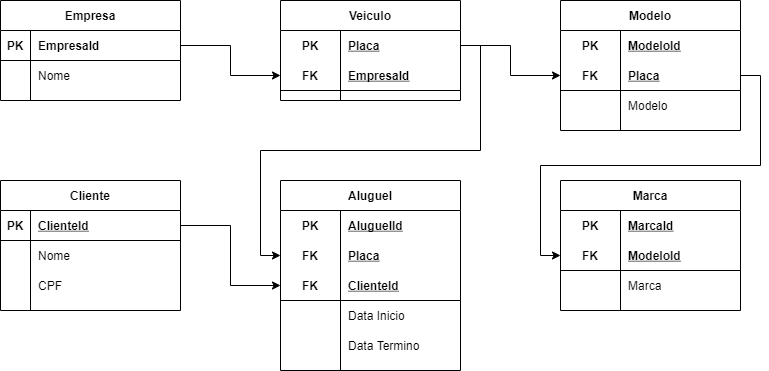
This is Exercicios/1.2-exercicio-locadora/Logico.png from LucasSimionatoOficial/Senai_2S_Sprint1_bd, a draw.io export, as it was before one commit. Source tidied: cells renumbered, new cells last; positions are measured from the earlier drawing's top-left corner, leaving out a move shared by most shapes. Its diagram source:
```xml
<mxGraphModel>
  <root>
    <mxCell id="0" />
    <mxCell id="1" parent="0" />
    <mxCell id="2" value="Empresa" style="shape=table;startSize=30;rowLines=0;fontStyle=1;align=center;" parent="1" vertex="1">
      <mxGeometry width="180" height="100" as="geometry" />
    </mxCell>
    <mxCell id="3" style="shape=partialRectangle;fillColor=none;top=0;left=0;bottom=1;right=0;points=[[0,0.5],[1,0.5]];portConstraint=eastwest;" parent="2" vertex="1">
      <mxGeometry y="30" width="180" height="30" as="geometry" />
    </mxCell>
    <mxCell id="4" value="PK" style="shape=partialRectangle;fillColor=none;top=0;left=0;bottom=0;right=0;fontStyle=1;overflow=hidden;" parent="3" vertex="1">
      <mxGeometry width="30" height="30" as="geometry" />
    </mxCell>
    <mxCell id="5" value="EmpresaId" style="shape=partialRectangle;fillColor=none;top=0;left=0;bottom=0;right=0;align=left;spacingLeft=6;fontStyle=1;overflow=hidden;" parent="3" vertex="1">
      <mxGeometry x="30" width="150" height="30" as="geometry" />
    </mxCell>
    <mxCell id="6" style="shape=partialRectangle;fillColor=none;top=0;left=0;bottom=0;right=0;" parent="2" vertex="1">
      <mxGeometry y="60" width="180" height="30" as="geometry" />
    </mxCell>
    <mxCell id="7" style="shape=partialRectangle;fillColor=none;top=0;left=0;bottom=0;right=0;overflow=hidden;" parent="6" vertex="1">
      <mxGeometry width="30" height="30" as="geometry" />
    </mxCell>
    <mxCell id="8" value="Nome" style="shape=partialRectangle;fillColor=none;top=0;left=0;bottom=0;right=0;align=left;spacingLeft=6;overflow=hidden;" parent="6" vertex="1">
      <mxGeometry x="30" width="150" height="30" as="geometry" />
    </mxCell>
    <mxCell id="9" value="Veiculo" style="shape=table;startSize=30;rowLines=0;fontStyle=1;align=center;" parent="1" vertex="1">
      <mxGeometry x="280" width="180" height="100" as="geometry" />
    </mxCell>
    <mxCell id="10" style="shape=partialRectangle;fillColor=none;top=0;left=0;bottom=0;right=0;points=[[0,0.5],[1,0.5]];portConstraint=eastwest;" parent="9" vertex="1">
      <mxGeometry y="30" width="180" height="30" as="geometry" />
    </mxCell>
    <mxCell id="11" value="PK" style="shape=partialRectangle;fillColor=none;top=0;left=0;bottom=0;right=0;fontStyle=1;overflow=hidden;" parent="10" vertex="1">
      <mxGeometry width="60" height="30" as="geometry" />
    </mxCell>
    <mxCell id="12" value="Placa" style="shape=partialRectangle;fillColor=none;top=0;left=0;bottom=0;right=0;align=left;spacingLeft=6;fontStyle=5;overflow=hidden;" parent="10" vertex="1">
      <mxGeometry x="60" width="120" height="30" as="geometry" />
    </mxCell>
    <mxCell id="13" style="shape=partialRectangle;fillColor=none;top=0;left=0;bottom=1;right=0;points=[[0,0.5],[1,0.5]];portConstraint=eastwest;" parent="9" vertex="1">
      <mxGeometry y="60" width="180" height="30" as="geometry" />
    </mxCell>
    <mxCell id="14" value="FK" style="shape=partialRectangle;fillColor=none;top=0;left=0;bottom=0;right=0;fontStyle=1;overflow=hidden;" parent="13" vertex="1">
      <mxGeometry width="60" height="30" as="geometry" />
    </mxCell>
    <mxCell id="15" value="EmpresaId" style="shape=partialRectangle;fillColor=none;top=0;left=0;bottom=0;right=0;align=left;spacingLeft=6;fontStyle=5;overflow=hidden;" parent="13" vertex="1">
      <mxGeometry x="60" width="120" height="30" as="geometry" />
    </mxCell>
    <mxCell id="16" style="edgeStyle=orthogonalEdgeStyle;rounded=0;jettySize=auto;html=1;exitX=1;exitY=0.5;exitDx=0;exitDy=0;entryX=0;entryY=0.5;entryDx=0;entryDy=0;endArrow=classic;endFill=1;" parent="1" edge="1" source="3" target="13">
      <mxGeometry relative="1" as="geometry" />
    </mxCell>
    <mxCell id="17" value="Modelo" style="shape=table;startSize=30;rowLines=0;fontStyle=1;align=center;" parent="1" vertex="1">
      <mxGeometry x="560" width="180" height="130" as="geometry" />
    </mxCell>
    <mxCell id="18" style="shape=partialRectangle;fillColor=none;top=0;left=0;bottom=0;right=0;points=[[0,0.5],[1,0.5]];portConstraint=eastwest;" parent="17" vertex="1">
      <mxGeometry y="30" width="180" height="30" as="geometry" />
    </mxCell>
    <mxCell id="19" value="PK" style="shape=partialRectangle;fillColor=none;top=0;left=0;bottom=0;right=0;fontStyle=1;overflow=hidden;" parent="18" vertex="1">
      <mxGeometry width="60" height="30" as="geometry" />
    </mxCell>
    <mxCell id="20" value="ModeloId" style="shape=partialRectangle;fillColor=none;top=0;left=0;bottom=0;right=0;align=left;spacingLeft=6;fontStyle=5;overflow=hidden;" parent="18" vertex="1">
      <mxGeometry x="60" width="120" height="30" as="geometry" />
    </mxCell>
    <mxCell id="21" style="shape=partialRectangle;fillColor=none;top=0;left=0;bottom=1;right=0;points=[[0,0.5],[1,0.5]];portConstraint=eastwest;" parent="17" vertex="1">
      <mxGeometry y="60" width="180" height="30" as="geometry" />
    </mxCell>
    <mxCell id="22" value="FK" style="shape=partialRectangle;fillColor=none;top=0;left=0;bottom=0;right=0;fontStyle=1;overflow=hidden;" parent="21" vertex="1">
      <mxGeometry width="60" height="30" as="geometry" />
    </mxCell>
    <mxCell id="23" value="Placa" style="shape=partialRectangle;fillColor=none;top=0;left=0;bottom=0;right=0;align=left;spacingLeft=6;fontStyle=5;overflow=hidden;" parent="21" vertex="1">
      <mxGeometry x="60" width="120" height="30" as="geometry" />
    </mxCell>
    <mxCell id="24" style="shape=partialRectangle;fillColor=none;top=0;left=0;bottom=0;right=0;" parent="17" vertex="1">
      <mxGeometry y="90" width="180" height="30" as="geometry" />
    </mxCell>
    <mxCell id="25" style="shape=partialRectangle;fillColor=none;top=0;left=0;bottom=0;right=0;overflow=hidden;" parent="24" vertex="1">
      <mxGeometry width="60" height="30" as="geometry" />
    </mxCell>
    <mxCell id="26" value="Modelo" style="shape=partialRectangle;fillColor=none;top=0;left=0;bottom=0;right=0;align=left;spacingLeft=6;overflow=hidden;" parent="24" vertex="1">
      <mxGeometry x="60" width="120" height="30" as="geometry" />
    </mxCell>
    <mxCell id="27" style="edgeStyle=orthogonalEdgeStyle;rounded=0;jettySize=auto;html=1;exitX=1;exitY=0.5;exitDx=0;exitDy=0;endArrow=classic;endFill=1;" parent="1" edge="1" source="10" target="21">
      <mxGeometry relative="1" as="geometry" />
    </mxCell>
    <mxCell id="28" value="Marca" style="shape=table;startSize=30;rowLines=0;fontStyle=1;align=center;" parent="1" vertex="1">
      <mxGeometry x="560" y="180" width="180" height="130" as="geometry" />
    </mxCell>
    <mxCell id="29" style="shape=partialRectangle;fillColor=none;top=0;left=0;bottom=0;right=0;" parent="28" vertex="1">
      <mxGeometry y="30" width="180" height="30" as="geometry" />
    </mxCell>
    <mxCell id="30" value="PK" style="shape=partialRectangle;fillColor=none;top=0;left=0;bottom=0;right=0;fontStyle=1;overflow=hidden;" parent="29" vertex="1">
      <mxGeometry width="60" height="30" as="geometry" />
    </mxCell>
    <mxCell id="31" value="MarcaId" style="shape=partialRectangle;fillColor=none;top=0;left=0;bottom=0;right=0;align=left;spacingLeft=6;fontStyle=5;overflow=hidden;" parent="29" vertex="1">
      <mxGeometry x="60" width="120" height="30" as="geometry" />
    </mxCell>
    <mxCell id="32" style="shape=partialRectangle;fillColor=none;top=0;left=0;bottom=1;right=0;points=[[0,0.5],[1,0.5]];portConstraint=eastwest;" parent="28" vertex="1">
      <mxGeometry y="60" width="180" height="30" as="geometry" />
    </mxCell>
    <mxCell id="33" value="FK" style="shape=partialRectangle;fillColor=none;top=0;left=0;bottom=0;right=0;fontStyle=1;overflow=hidden;" parent="32" vertex="1">
      <mxGeometry width="60" height="30" as="geometry" />
    </mxCell>
    <mxCell id="34" value="ModeloId" style="shape=partialRectangle;fillColor=none;top=0;left=0;bottom=0;right=0;align=left;spacingLeft=6;fontStyle=5;overflow=hidden;" parent="32" vertex="1">
      <mxGeometry x="60" width="120" height="30" as="geometry" />
    </mxCell>
    <mxCell id="35" style="shape=partialRectangle;fillColor=none;top=0;left=0;bottom=0;right=0;" parent="28" vertex="1">
      <mxGeometry y="90" width="180" height="30" as="geometry" />
    </mxCell>
    <mxCell id="36" style="shape=partialRectangle;fillColor=none;top=0;left=0;bottom=0;right=0;overflow=hidden;" parent="35" vertex="1">
      <mxGeometry width="60" height="30" as="geometry" />
    </mxCell>
    <mxCell id="37" value="Marca" style="shape=partialRectangle;fillColor=none;top=0;left=0;bottom=0;right=0;align=left;spacingLeft=6;overflow=hidden;" parent="35" vertex="1">
      <mxGeometry x="60" width="120" height="30" as="geometry" />
    </mxCell>
    <mxCell id="38" style="edgeStyle=orthogonalEdgeStyle;rounded=0;jettySize=auto;html=1;exitX=1;exitY=0.5;exitDx=0;exitDy=0;entryX=0;entryY=0.5;entryDx=0;entryDy=0;endArrow=classic;endFill=1;" parent="1" edge="1" source="21" target="32">
      <mxGeometry relative="1" as="geometry" />
    </mxCell>
    <mxCell id="39" value="Cliente" style="shape=table;startSize=30;rowLines=0;fontStyle=1;align=center;" parent="1" vertex="1">
      <mxGeometry y="180" width="180" height="130" as="geometry" />
    </mxCell>
    <mxCell id="40" style="shape=partialRectangle;fillColor=none;top=0;left=0;bottom=1;right=0;points=[[0,0.5],[1,0.5]];portConstraint=eastwest;" parent="39" vertex="1">
      <mxGeometry y="30" width="180" height="30" as="geometry" />
    </mxCell>
    <mxCell id="41" value="PK" style="shape=partialRectangle;fillColor=none;top=0;left=0;bottom=0;right=0;fontStyle=1;overflow=hidden;" parent="40" vertex="1">
      <mxGeometry width="30" height="30" as="geometry" />
    </mxCell>
    <mxCell id="42" value="ClienteId" style="shape=partialRectangle;fillColor=none;top=0;left=0;bottom=0;right=0;align=left;spacingLeft=6;fontStyle=5;overflow=hidden;" parent="40" vertex="1">
      <mxGeometry x="30" width="150" height="30" as="geometry" />
    </mxCell>
    <mxCell id="43" style="shape=partialRectangle;fillColor=none;top=0;left=0;bottom=0;right=0;" parent="39" vertex="1">
      <mxGeometry y="60" width="180" height="30" as="geometry" />
    </mxCell>
    <mxCell id="44" style="shape=partialRectangle;fillColor=none;top=0;left=0;bottom=0;right=0;overflow=hidden;" parent="43" vertex="1">
      <mxGeometry width="30" height="30" as="geometry" />
    </mxCell>
    <mxCell id="45" value="Nome" style="shape=partialRectangle;fillColor=none;top=0;left=0;bottom=0;right=0;align=left;spacingLeft=6;overflow=hidden;" parent="43" vertex="1">
      <mxGeometry x="30" width="150" height="30" as="geometry" />
    </mxCell>
    <mxCell id="46" style="shape=partialRectangle;fillColor=none;top=0;left=0;bottom=0;right=0;" parent="39" vertex="1">
      <mxGeometry y="90" width="180" height="30" as="geometry" />
    </mxCell>
    <mxCell id="47" style="shape=partialRectangle;fillColor=none;top=0;left=0;bottom=0;right=0;overflow=hidden;" parent="46" vertex="1">
      <mxGeometry width="30" height="30" as="geometry" />
    </mxCell>
    <mxCell id="48" value="CPF" style="shape=partialRectangle;fillColor=none;top=0;left=0;bottom=0;right=0;align=left;spacingLeft=6;overflow=hidden;" parent="46" vertex="1">
      <mxGeometry x="30" width="150" height="30" as="geometry" />
    </mxCell>
    <mxCell id="49" value="Aluguel" style="shape=table;startSize=30;rowLines=0;fontStyle=1;align=center;" parent="1" vertex="1">
      <mxGeometry x="280" y="180" width="180" height="190" as="geometry" />
    </mxCell>
    <mxCell id="50" style="shape=partialRectangle;fillColor=none;top=0;left=0;bottom=0;right=0;" parent="49" vertex="1">
      <mxGeometry y="30" width="180" height="30" as="geometry" />
    </mxCell>
    <mxCell id="51" value="PK" style="shape=partialRectangle;fillColor=none;top=0;left=0;bottom=0;right=0;fontStyle=1;overflow=hidden;" parent="50" vertex="1">
      <mxGeometry width="60" height="30" as="geometry" />
    </mxCell>
    <mxCell id="52" value="AluguelId" style="shape=partialRectangle;fillColor=none;top=0;left=0;bottom=0;right=0;align=left;spacingLeft=6;fontStyle=5;overflow=hidden;" parent="50" vertex="1">
      <mxGeometry x="60" width="120" height="30" as="geometry" />
    </mxCell>
    <mxCell id="53" style="shape=partialRectangle;fillColor=none;top=0;left=0;bottom=0;right=0;points=[[0,0.5],[1,0.5]];portConstraint=eastwest;" parent="49" vertex="1">
      <mxGeometry y="60" width="180" height="30" as="geometry" />
    </mxCell>
    <mxCell id="54" value="FK" style="shape=partialRectangle;fillColor=none;top=0;left=0;bottom=0;right=0;fontStyle=1;overflow=hidden;" parent="53" vertex="1">
      <mxGeometry width="60" height="30" as="geometry" />
    </mxCell>
    <mxCell id="55" value="Placa" style="shape=partialRectangle;fillColor=none;top=0;left=0;bottom=0;right=0;align=left;spacingLeft=6;fontStyle=5;overflow=hidden;" parent="53" vertex="1">
      <mxGeometry x="60" width="120" height="30" as="geometry" />
    </mxCell>
    <mxCell id="56" style="shape=partialRectangle;fillColor=none;top=0;left=0;bottom=1;right=0;points=[[0,0.5],[1,0.5]];portConstraint=eastwest;" parent="49" vertex="1">
      <mxGeometry y="90" width="180" height="30" as="geometry" />
    </mxCell>
    <mxCell id="57" value="FK" style="shape=partialRectangle;fillColor=none;top=0;left=0;bottom=0;right=0;fontStyle=1;overflow=hidden;" parent="56" vertex="1">
      <mxGeometry width="60" height="30" as="geometry" />
    </mxCell>
    <mxCell id="58" value="ClienteId" style="shape=partialRectangle;fillColor=none;top=0;left=0;bottom=0;right=0;align=left;spacingLeft=6;fontStyle=5;overflow=hidden;" parent="56" vertex="1">
      <mxGeometry x="60" width="120" height="30" as="geometry" />
    </mxCell>
    <mxCell id="59" style="shape=partialRectangle;fillColor=none;top=0;left=0;bottom=0;right=0;" parent="49" vertex="1">
      <mxGeometry y="120" width="180" height="30" as="geometry" />
    </mxCell>
    <mxCell id="60" style="shape=partialRectangle;fillColor=none;top=0;left=0;bottom=0;right=0;overflow=hidden;" parent="59" vertex="1">
      <mxGeometry width="60" height="30" as="geometry" />
    </mxCell>
    <mxCell id="61" value="Data Inicio" style="shape=partialRectangle;fillColor=none;top=0;left=0;bottom=0;right=0;align=left;spacingLeft=6;overflow=hidden;" parent="59" vertex="1">
      <mxGeometry x="60" width="120" height="30" as="geometry" />
    </mxCell>
    <mxCell id="62" style="shape=partialRectangle;fillColor=none;top=0;left=0;bottom=0;right=0;" parent="49" vertex="1">
      <mxGeometry y="150" width="180" height="30" as="geometry" />
    </mxCell>
    <mxCell id="63" style="shape=partialRectangle;fillColor=none;top=0;left=0;bottom=0;right=0;overflow=hidden;" parent="62" vertex="1">
      <mxGeometry width="60" height="30" as="geometry" />
    </mxCell>
    <mxCell id="64" value="Data Termino" style="shape=partialRectangle;fillColor=none;top=0;left=0;bottom=0;right=0;align=left;spacingLeft=6;overflow=hidden;" parent="62" vertex="1">
      <mxGeometry x="60" width="120" height="30" as="geometry" />
    </mxCell>
    <mxCell id="65" style="edgeStyle=orthogonalEdgeStyle;rounded=0;jettySize=auto;html=1;exitX=1;exitY=0.5;exitDx=0;exitDy=0;entryX=0;entryY=0.5;entryDx=0;entryDy=0;endArrow=classic;endFill=1;" parent="1" edge="1" source="40" target="56">
      <mxGeometry relative="1" as="geometry" />
    </mxCell>
    <mxCell id="66" style="edgeStyle=orthogonalEdgeStyle;rounded=0;jettySize=auto;html=1;exitX=1;exitY=0.5;exitDx=0;exitDy=0;entryX=0;entryY=0.5;entryDx=0;entryDy=0;endArrow=classic;endFill=1;" parent="1" edge="1" source="10" target="53">
      <mxGeometry relative="1" as="geometry" />
    </mxCell>
  </root>
</mxGraphModel>
```
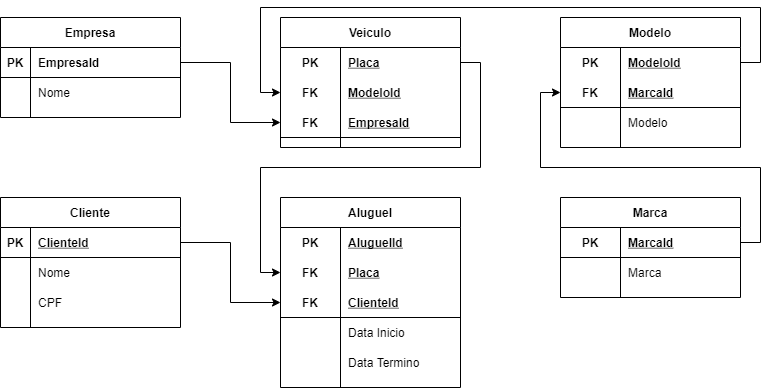
The same diagram one commit later.

Change to the diagram source:
```diff
@@ -24,7 +24,7 @@
       <mxGeometry x="30" width="150" height="30" as="geometry" />
     </mxCell>
     <mxCell id="9" value="Veiculo" style="shape=table;startSize=30;rowLines=0;fontStyle=1;align=center;" parent="1" vertex="1">
-      <mxGeometry x="280" width="180" height="100" as="geometry" />
+      <mxGeometry x="280" width="180" height="130" as="geometry" />
     </mxCell>
     <mxCell id="10" style="shape=partialRectangle;fillColor=none;top=0;left=0;bottom=0;right=0;points=[[0,0.5],[1,0.5]];portConstraint=eastwest;" parent="9" vertex="1">
       <mxGeometry y="30" width="180" height="30" as="geometry" />
@@ -35,8 +35,17 @@
     <mxCell id="12" value="Placa" style="shape=partialRectangle;fillColor=none;top=0;left=0;bottom=0;right=0;align=left;spacingLeft=6;fontStyle=5;overflow=hidden;" parent="10" vertex="1">
       <mxGeometry x="60" width="120" height="30" as="geometry" />
     </mxCell>
+    <mxCell id="67" style="shape=partialRectangle;fillColor=none;top=0;left=0;bottom=0;right=0;points=[[0,0.5],[1,0.5]];portConstraint=eastwest;" parent="9" vertex="1">
+      <mxGeometry y="60" width="180" height="30" as="geometry" />
+    </mxCell>
+    <mxCell id="68" value="FK" style="shape=partialRectangle;fillColor=none;top=0;left=0;bottom=0;right=0;fontStyle=1;overflow=hidden;" parent="67" vertex="1">
+      <mxGeometry width="60" height="30" as="geometry" />
+    </mxCell>
+    <mxCell id="69" value="ModeloId" style="shape=partialRectangle;fillColor=none;top=0;left=0;bottom=0;right=0;align=left;spacingLeft=6;fontStyle=5;overflow=hidden;" parent="67" vertex="1">
+      <mxGeometry x="60" width="120" height="30" as="geometry" />
+    </mxCell>
     <mxCell id="13" style="shape=partialRectangle;fillColor=none;top=0;left=0;bottom=1;right=0;points=[[0,0.5],[1,0.5]];portConstraint=eastwest;" parent="9" vertex="1">
-      <mxGeometry y="60" width="180" height="30" as="geometry" />
+      <mxGeometry y="90" width="180" height="30" as="geometry" />
     </mxCell>
     <mxCell id="14" value="FK" style="shape=partialRectangle;fillColor=none;top=0;left=0;bottom=0;right=0;fontStyle=1;overflow=hidden;" parent="13" vertex="1">
       <mxGeometry width="60" height="30" as="geometry" />
@@ -65,7 +74,7 @@
     <mxCell id="22" value="FK" style="shape=partialRectangle;fillColor=none;top=0;left=0;bottom=0;right=0;fontStyle=1;overflow=hidden;" parent="21" vertex="1">
       <mxGeometry width="60" height="30" as="geometry" />
     </mxCell>
-    <mxCell id="23" value="Placa" style="shape=partialRectangle;fillColor=none;top=0;left=0;bottom=0;right=0;align=left;spacingLeft=6;fontStyle=5;overflow=hidden;" parent="21" vertex="1">
+    <mxCell id="23" value="MarcaId" style="shape=partialRectangle;fillColor=none;top=0;left=0;bottom=0;right=0;align=left;spacingLeft=6;fontStyle=5;overflow=hidden;" parent="21" vertex="1">
       <mxGeometry x="60" width="120" height="30" as="geometry" />
     </mxCell>
     <mxCell id="24" style="shape=partialRectangle;fillColor=none;top=0;left=0;bottom=0;right=0;" parent="17" vertex="1">
@@ -77,32 +86,20 @@
     <mxCell id="26" value="Modelo" style="shape=partialRectangle;fillColor=none;top=0;left=0;bottom=0;right=0;align=left;spacingLeft=6;overflow=hidden;" parent="24" vertex="1">
       <mxGeometry x="60" width="120" height="30" as="geometry" />
     </mxCell>
-    <mxCell id="27" style="edgeStyle=orthogonalEdgeStyle;rounded=0;jettySize=auto;html=1;exitX=1;exitY=0.5;exitDx=0;exitDy=0;endArrow=classic;endFill=1;" parent="1" edge="1" source="10" target="21">
-      <mxGeometry relative="1" as="geometry" />
-    </mxCell>
     <mxCell id="28" value="Marca" style="shape=table;startSize=30;rowLines=0;fontStyle=1;align=center;" parent="1" vertex="1">
-      <mxGeometry x="560" y="180" width="180" height="130" as="geometry" />
+      <mxGeometry x="560" y="180" width="180" height="100" as="geometry" />
     </mxCell>
-    <mxCell id="29" style="shape=partialRectangle;fillColor=none;top=0;left=0;bottom=0;right=0;" parent="28" vertex="1">
-      <mxGeometry y="30" width="180" height="30" as="geometry" />
-    </mxCell>
-    <mxCell id="30" value="PK" style="shape=partialRectangle;fillColor=none;top=0;left=0;bottom=0;right=0;fontStyle=1;overflow=hidden;" parent="29" vertex="1">
-      <mxGeometry width="60" height="30" as="geometry" />
-    </mxCell>
-    <mxCell id="31" value="MarcaId" style="shape=partialRectangle;fillColor=none;top=0;left=0;bottom=0;right=0;align=left;spacingLeft=6;fontStyle=5;overflow=hidden;" parent="29" vertex="1">
-      <mxGeometry x="60" width="120" height="30" as="geometry" />
-    </mxCell>
     <mxCell id="32" style="shape=partialRectangle;fillColor=none;top=0;left=0;bottom=1;right=0;points=[[0,0.5],[1,0.5]];portConstraint=eastwest;" parent="28" vertex="1">
-      <mxGeometry y="60" width="180" height="30" as="geometry" />
+      <mxGeometry y="30" width="180" height="30" as="geometry" />
     </mxCell>
-    <mxCell id="33" value="FK" style="shape=partialRectangle;fillColor=none;top=0;left=0;bottom=0;right=0;fontStyle=1;overflow=hidden;" parent="32" vertex="1">
+    <mxCell id="33" value="PK" style="shape=partialRectangle;fillColor=none;top=0;left=0;bottom=0;right=0;fontStyle=1;overflow=hidden;" parent="32" vertex="1">
       <mxGeometry width="60" height="30" as="geometry" />
     </mxCell>
-    <mxCell id="34" value="ModeloId" style="shape=partialRectangle;fillColor=none;top=0;left=0;bottom=0;right=0;align=left;spacingLeft=6;fontStyle=5;overflow=hidden;" parent="32" vertex="1">
+    <mxCell id="34" value="MarcaId" style="shape=partialRectangle;fillColor=none;top=0;left=0;bottom=0;right=0;align=left;spacingLeft=6;fontStyle=5;overflow=hidden;" parent="32" vertex="1">
       <mxGeometry x="60" width="120" height="30" as="geometry" />
     </mxCell>
     <mxCell id="35" style="shape=partialRectangle;fillColor=none;top=0;left=0;bottom=0;right=0;" parent="28" vertex="1">
-      <mxGeometry y="90" width="180" height="30" as="geometry" />
+      <mxGeometry y="60" width="180" height="30" as="geometry" />
     </mxCell>
     <mxCell id="36" style="shape=partialRectangle;fillColor=none;top=0;left=0;bottom=0;right=0;overflow=hidden;" parent="35" vertex="1">
       <mxGeometry width="60" height="30" as="geometry" />
@@ -110,9 +107,6 @@
     <mxCell id="37" value="Marca" style="shape=partialRectangle;fillColor=none;top=0;left=0;bottom=0;right=0;align=left;spacingLeft=6;overflow=hidden;" parent="35" vertex="1">
       <mxGeometry x="60" width="120" height="30" as="geometry" />
     </mxCell>
-    <mxCell id="38" style="edgeStyle=orthogonalEdgeStyle;rounded=0;jettySize=auto;html=1;exitX=1;exitY=0.5;exitDx=0;exitDy=0;entryX=0;entryY=0.5;entryDx=0;entryDy=0;endArrow=classic;endFill=1;" parent="1" edge="1" source="21" target="32">
-      <mxGeometry relative="1" as="geometry" />
-    </mxCell>
     <mxCell id="39" value="Cliente" style="shape=table;startSize=30;rowLines=0;fontStyle=1;align=center;" parent="1" vertex="1">
       <mxGeometry y="180" width="180" height="130" as="geometry" />
     </mxCell>
@@ -197,5 +191,18 @@
     <mxCell id="66" style="edgeStyle=orthogonalEdgeStyle;rounded=0;jettySize=auto;html=1;exitX=1;exitY=0.5;exitDx=0;exitDy=0;entryX=0;entryY=0.5;entryDx=0;entryDy=0;endArrow=classic;endFill=1;" parent="1" edge="1" source="10" target="53">
       <mxGeometry relative="1" as="geometry" />
     </mxCell>
+    <mxCell id="70" style="edgeStyle=orthogonalEdgeStyle;rounded=0;jettySize=auto;html=1;exitX=1;exitY=0.5;exitDx=0;exitDy=0;entryX=0;entryY=0.5;entryDx=0;entryDy=0;" parent="1" edge="1" source="18" target="67">
+      <mxGeometry relative="1" as="geometry">
+        <Array as="points">
+          <mxPoint x="760" y="45" />
+          <mxPoint x="760" y="-10" />
+          <mxPoint x="260" y="-10" />
+          <mxPoint x="260" y="75" />
+        </Array>
+      </mxGeometry>
+    </mxCell>
+    <mxCell id="71" style="edgeStyle=orthogonalEdgeStyle;rounded=0;jettySize=auto;html=1;exitX=1;exitY=0.5;exitDx=0;exitDy=0;entryX=0;entryY=0.5;entryDx=0;entryDy=0;" parent="1" edge="1" source="32" target="21">
+      <mxGeometry relative="1" as="geometry" />
+    </mxCell>
   </root>
 </mxGraphModel>
```
